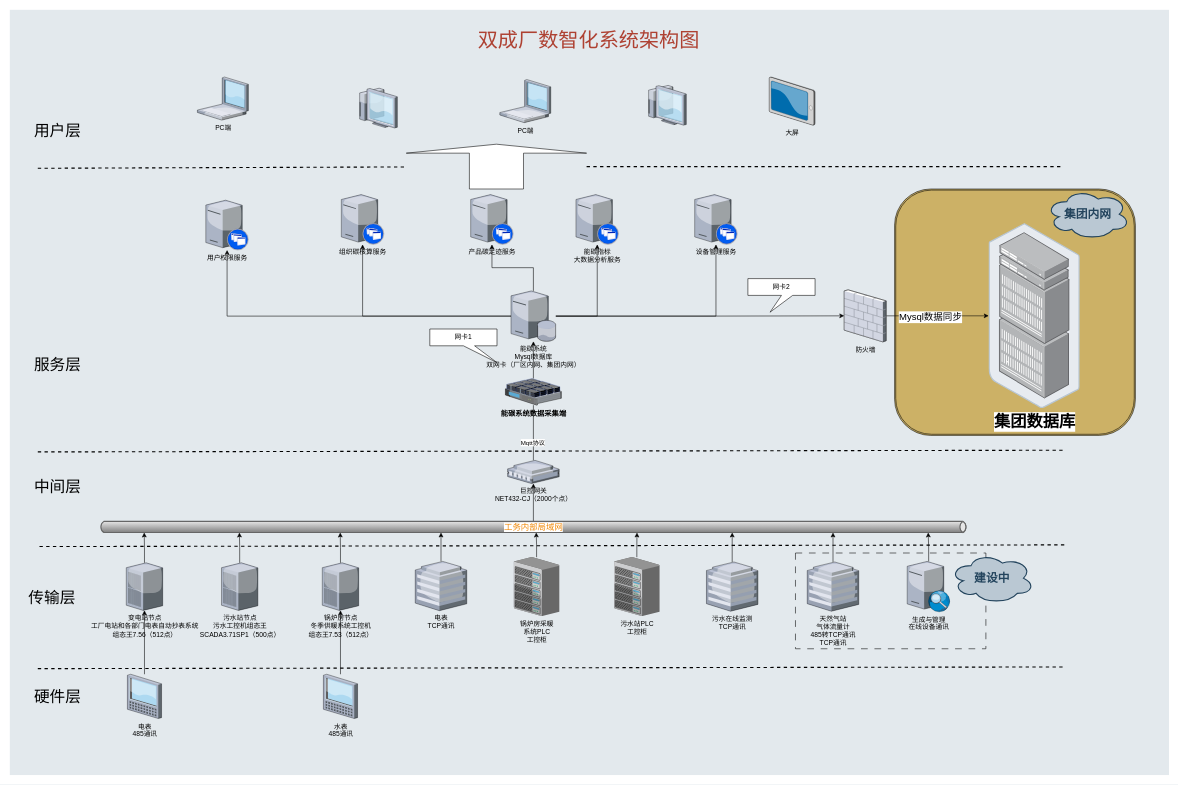
This is 哈尔滨旺旺.drawio from jtzjtz/draw-io, a draw.io file, before an edit. Source tidied: cells renumbered, new cells numbered last; positions are measured from the earlier drawing's top-left corner, leaving out a move shared by most shapes. Both pictures are drawn from the tidied source at 56%, with x=0, y=0 at pixel (10, 10).
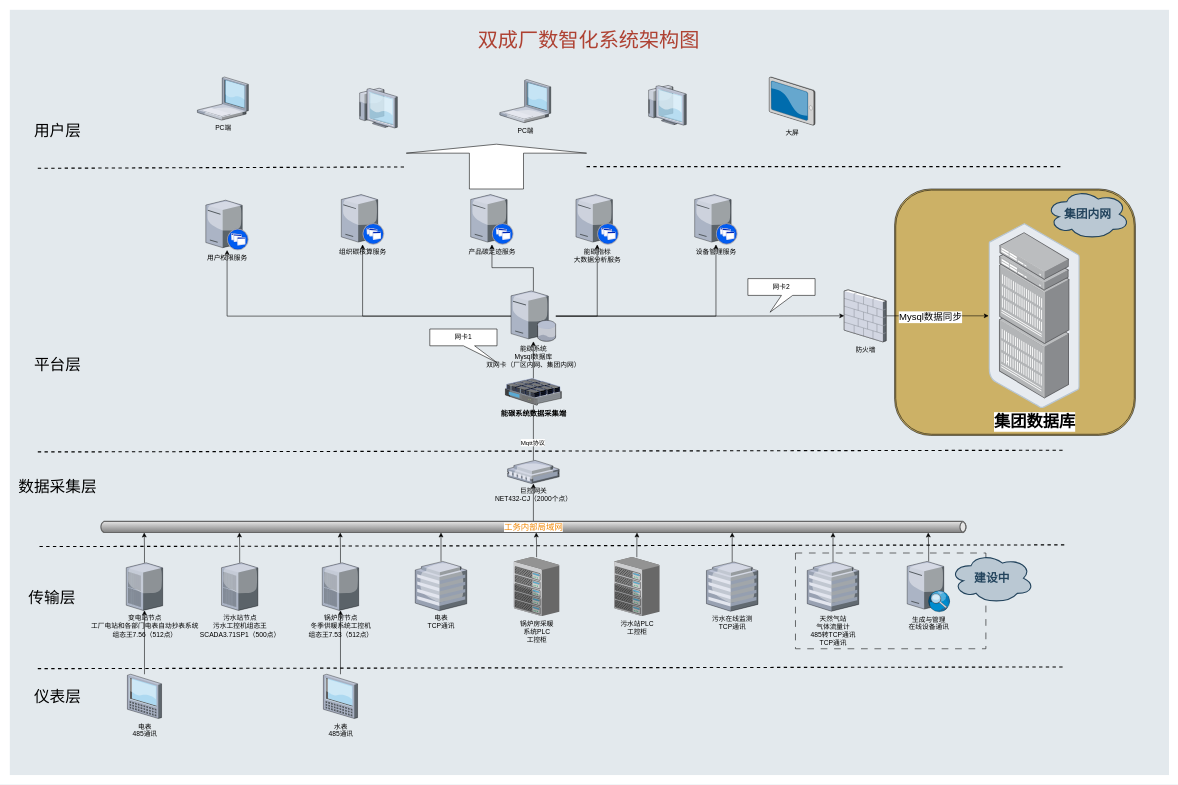
After the change.

Commit message (it also covers changes not shown here):
更新哈尔滨旺旺.drawio

The edit, as a diff of the source:
```diff
@@
-    <mxCell id="27" value="&lt;font style=&quot;font-size: 28px;&quot;&gt;硬件层&lt;/font&gt;" style="text;html=1;align=center;verticalAlign=middle;strokeColor=none;fillColor=none;" parent="1" vertex="1">
+    <mxCell id="27" value="&lt;font style=&quot;font-size: 28px;&quot;&gt;仪表层&lt;/font&gt;" style="text;html=1;align=center;verticalAlign=middle;strokeColor=none;fillColor=none;" parent="1" vertex="1">
       <mxGeometry x="30" y="1201" width="110" height="50" as="geometry" />
     </mxCell>
@@
-    <mxCell id="30" value="&lt;font style=&quot;font-size: 28px;&quot;&gt;中间层&lt;/font&gt;" style="text;html=1;align=center;verticalAlign=middle;strokeColor=none;fillColor=none;" parent="1" vertex="1">
-      <mxGeometry x="30" y="826.5" width="110" height="50" as="geometry" />
+    <mxCell id="30" value="&lt;font style=&quot;font-size: 28px;&quot;&gt;数据采集层&lt;/font&gt;" style="text;html=1;align=center;verticalAlign=middle;strokeColor=none;fillColor=none;" parent="1" vertex="1">
+      <mxGeometry x="5" y="826.5" width="160" height="50" as="geometry" />
     </mxCell>
@@
-    <mxCell id="36" value="&lt;font style=&quot;font-size: 28px;&quot;&gt;服务层&lt;/font&gt;" style="text;html=1;align=center;verticalAlign=middle;strokeColor=none;fillColor=none;" parent="1" vertex="1">
+    <mxCell id="36" value="&lt;font style=&quot;font-size: 28px;&quot;&gt;平台层&lt;/font&gt;" style="text;html=1;align=center;verticalAlign=middle;strokeColor=none;fillColor=none;" parent="1" vertex="1">
       <mxGeometry x="30" y="608.5" width="110" height="50" as="geometry" />
     </mxCell>
```
